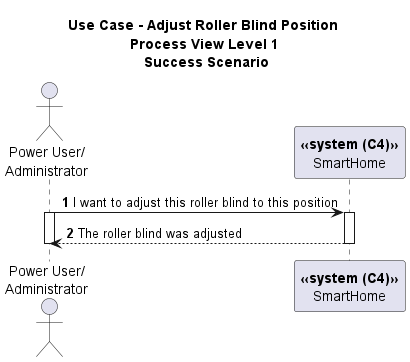
Before: docs/_archive/sprint7/ProcessView/level1/ProcessView_AdjustRollerBlind_lvl1_v7.0.png, a diagram exported from PlantUML (AfonsoNeves77/smartHouse).
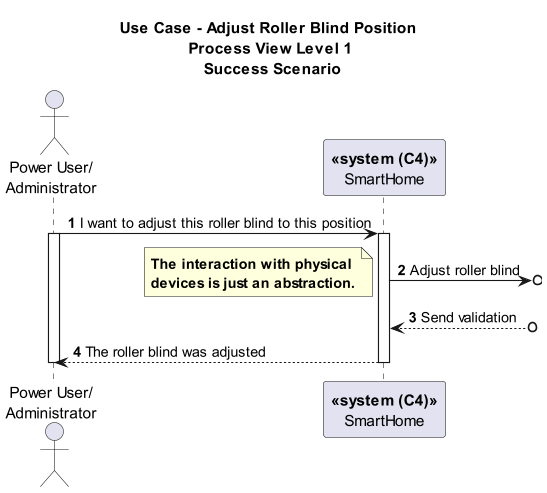
The same file after the commit.

Diff of the diagram source:
```diff
@@ -10,6 +10,10 @@
 A -> SH : I want to adjust this roller blind to this position
 activate A
 activate SH
+SH ->o] : Adjust roller blind
+note right: **The interaction with physical **\n**devices is just an abstraction.**
+
+SH <--o]: Send validation
 SH --> A : The roller blind was adjusted
 deactivate SH
 deactivate A
```
